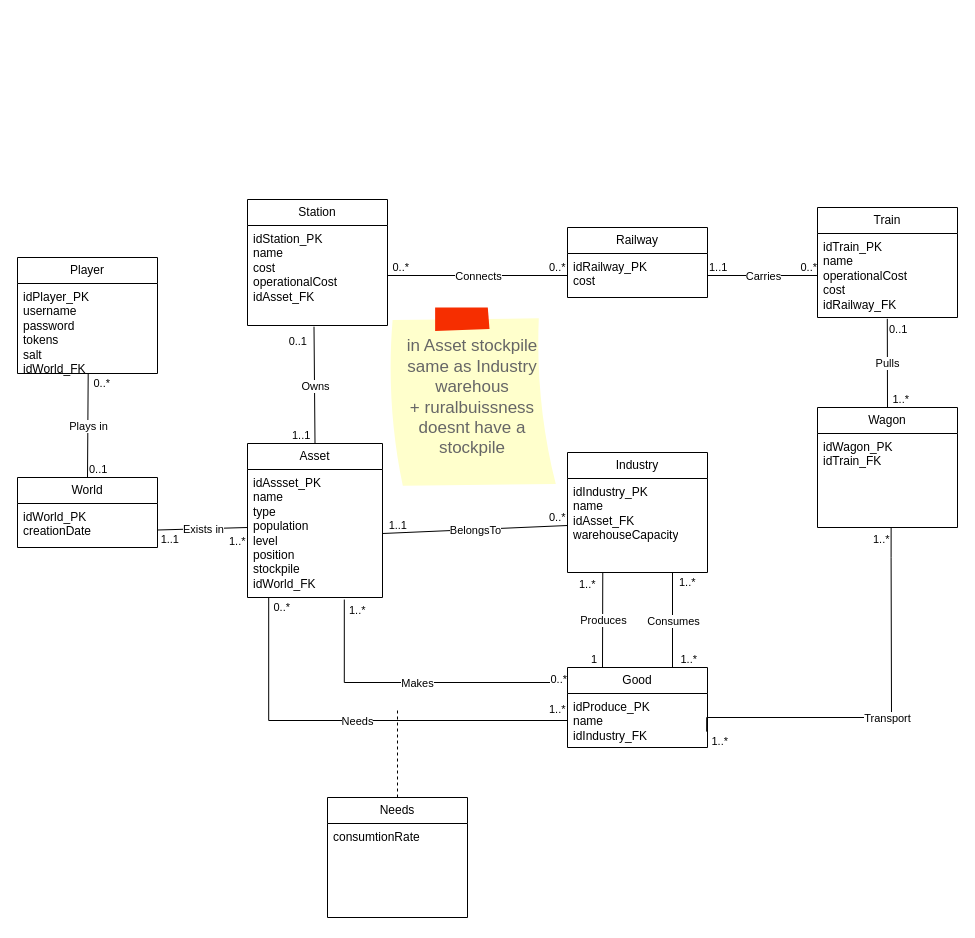
This is BASDO/RailwayImperium.drawio from Finiferp/Railway, a draw.io file, before an edit. Source tidied: cells renumbered, new cells numbered last; positions are measured from the earlier drawing's top-left corner, leaving out a move shared by most shapes. Both pictures are drawn from the tidied source at 100%, with x=0, y=0 at pixel (17, 199).
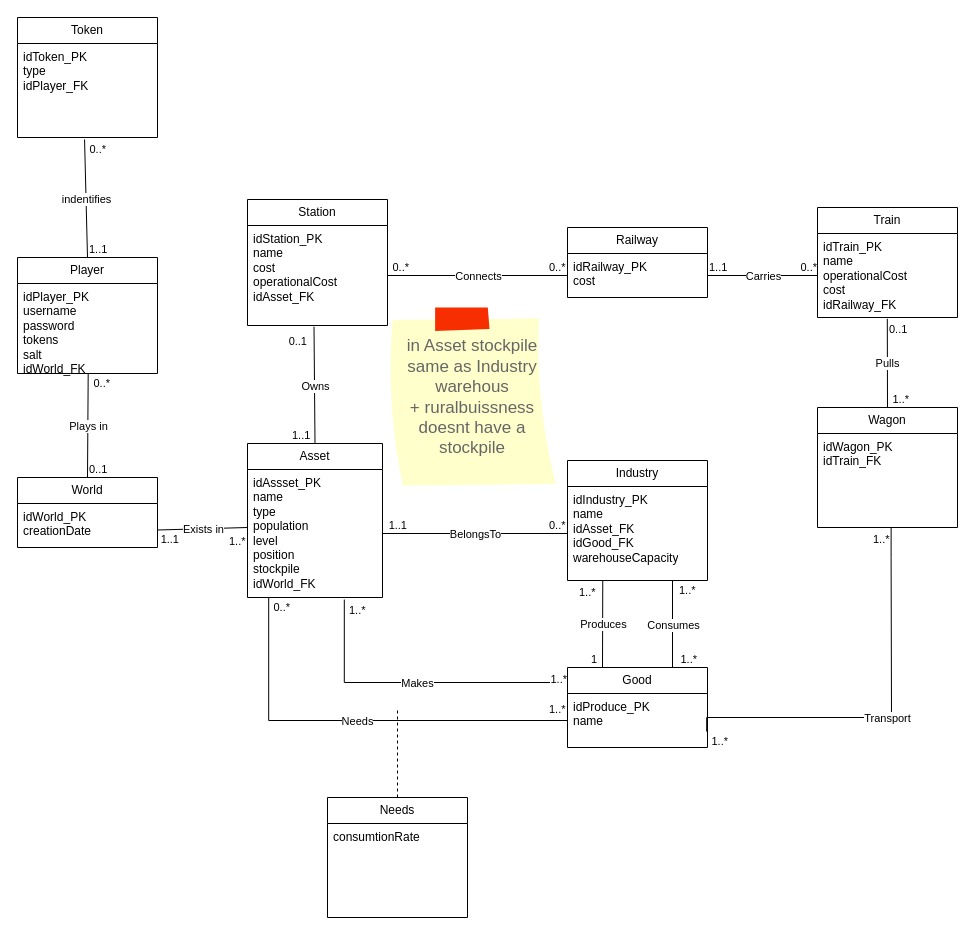
The same diagram, later.

The change refers to these unchanged cells:
```xml
<mxCell id="10" value="Player" style="swimlane;fontStyle=0;horizontal=1;startSize=26;fillColor=none;whiteSpace=wrap;html=1;" parent="1" vertex="1">
  <mxGeometry y="58" width="140" height="116" as="geometry" />
</mxCell>
<mxCell id="12" value="Good" style="swimlane;fontStyle=0;horizontal=1;startSize=26;fillColor=none;whiteSpace=wrap;html=1;" parent="1" vertex="1">
  <mxGeometry x="550" y="468" width="140" height="80" as="geometry" />
</mxCell>
<mxCell id="36" style="endArrow=none;html=1;rounded=0;endFill=0;entryX=0;entryY=0.25;entryDx=0;entryDy=0;edgeStyle=orthogonalEdgeStyle;exitX=0.717;exitY=1.016;exitDx=0;exitDy=0;exitPerimeter=0;" parent="1" edge="1" source="49" target="12">
  <mxGeometry relative="1" as="geometry">
    <Array as="points">
      <mxPoint x="327" y="483" />
    </Array>
  </mxGeometry>
</mxCell>
```

What changed in the source:
```diff
@@
     <mxCell id="2" value="Industry" style="swimlane;fontStyle=0;horizontal=1;startSize=26;fillColor=none;whiteSpace=wrap;html=1;" parent="1" vertex="1">
-      <mxGeometry x="550" y="253" width="140" height="120" as="geometry" />
+      <mxGeometry x="550" y="261" width="140" height="120" as="geometry" />
     </mxCell>
-    <mxCell id="3" value="idIndustry_PK&lt;br&gt;name&lt;br&gt;idAsset_FK&lt;br&gt;warehouseCapacity" style="text;strokeColor=none;fillColor=none;align=left;verticalAlign=top;spacingLeft=4;spacingRight=4;overflow=hidden;points=[[0,0.5],[1,0.5]];portConstraint=eastwest;whiteSpace=wrap;html=1;" parent="2" vertex="1">
+    <mxCell id="3" value="idIndustry_PK&lt;br&gt;name&lt;br&gt;idAsset_FK&lt;br&gt;idGood_FK&lt;br&gt;warehouseCapacity" style="text;strokeColor=none;fillColor=none;align=left;verticalAlign=top;spacingLeft=4;spacingRight=4;overflow=hidden;points=[[0,0.5],[1,0.5]];portConstraint=eastwest;whiteSpace=wrap;html=1;" parent="2" vertex="1">
       <mxGeometry y="26" width="140" height="94" as="geometry" />
     </mxCell>
@@
-    <mxCell id="13" value="idProduce_PK&lt;br&gt;name&lt;br&gt;idIndustry_FK" style="text;strokeColor=none;fillColor=none;align=left;verticalAlign=top;spacingLeft=4;spacingRight=4;overflow=hidden;points=[[0,0.5],[1,0.5]];portConstraint=eastwest;whiteSpace=wrap;html=1;" parent="12" vertex="1">
+    <mxCell id="13" value="idProduce_PK&lt;br&gt;name" style="text;strokeColor=none;fillColor=none;align=left;verticalAlign=top;spacingLeft=4;spacingRight=4;overflow=hidden;points=[[0,0.5],[1,0.5]];portConstraint=eastwest;whiteSpace=wrap;html=1;" parent="12" vertex="1">
       <mxGeometry y="26" width="140" height="54" as="geometry" />
     </mxCell>
@@
-    <mxCell id="39" value="0..*" style="edgeLabel;html=1;align=right;verticalAlign=bottom;" parent="36" vertex="1">
+    <mxCell id="39" value="1..*" style="edgeLabel;html=1;align=right;verticalAlign=bottom;" parent="36" vertex="1">
       <mxGeometry x="1" relative="1" as="geometry" />
     </mxCell>
@@
+    <mxCell id="72" value="Token" style="swimlane;fontStyle=0;horizontal=1;startSize=26;fillColor=none;whiteSpace=wrap;html=1;" parent="1" vertex="1">
+      <mxGeometry y="-182" width="140" height="120" as="geometry" />
+    </mxCell>
+    <mxCell id="73" value="idToken_PK&lt;br&gt;type&lt;br&gt;idPlayer_FK" style="text;strokeColor=none;fillColor=none;align=left;verticalAlign=top;spacingLeft=4;spacingRight=4;overflow=hidden;points=[[0,0.5],[1,0.5]];portConstraint=eastwest;whiteSpace=wrap;html=1;" parent="72" vertex="1">
+      <mxGeometry y="26" width="140" height="94" as="geometry" />
+    </mxCell>
+    <mxCell id="74" style="endArrow=none;html=1;rounded=0;endFill=0;entryX=0.479;entryY=1.021;entryDx=0;entryDy=0;entryPerimeter=0;exitX=0.5;exitY=0;exitDx=0;exitDy=0;" parent="1" edge="1" source="10" target="73">
+      <mxGeometry relative="1" as="geometry" />
+    </mxCell>
+    <mxCell id="75" value="indentifies" style="edgeLabel;html=1;align=center;verticalAlign=middle;" parent="74" vertex="1">
+      <mxGeometry relative="1" as="geometry" />
+    </mxCell>
+    <mxCell id="76" value="1..1" style="edgeLabel;html=1;align=left;verticalAlign=bottom;" parent="74" vertex="1">
+      <mxGeometry x="-1" relative="1" as="geometry" />
+    </mxCell>
+    <mxCell id="77" value="0..*" style="edgeLabel;html=1;align=right;verticalAlign=bottom;" parent="74" vertex="1">
+      <mxGeometry x="1" relative="1" as="geometry">
+        <mxPoint x="22" y="18" as="offset" />
+      </mxGeometry>
+    </mxCell>
```
